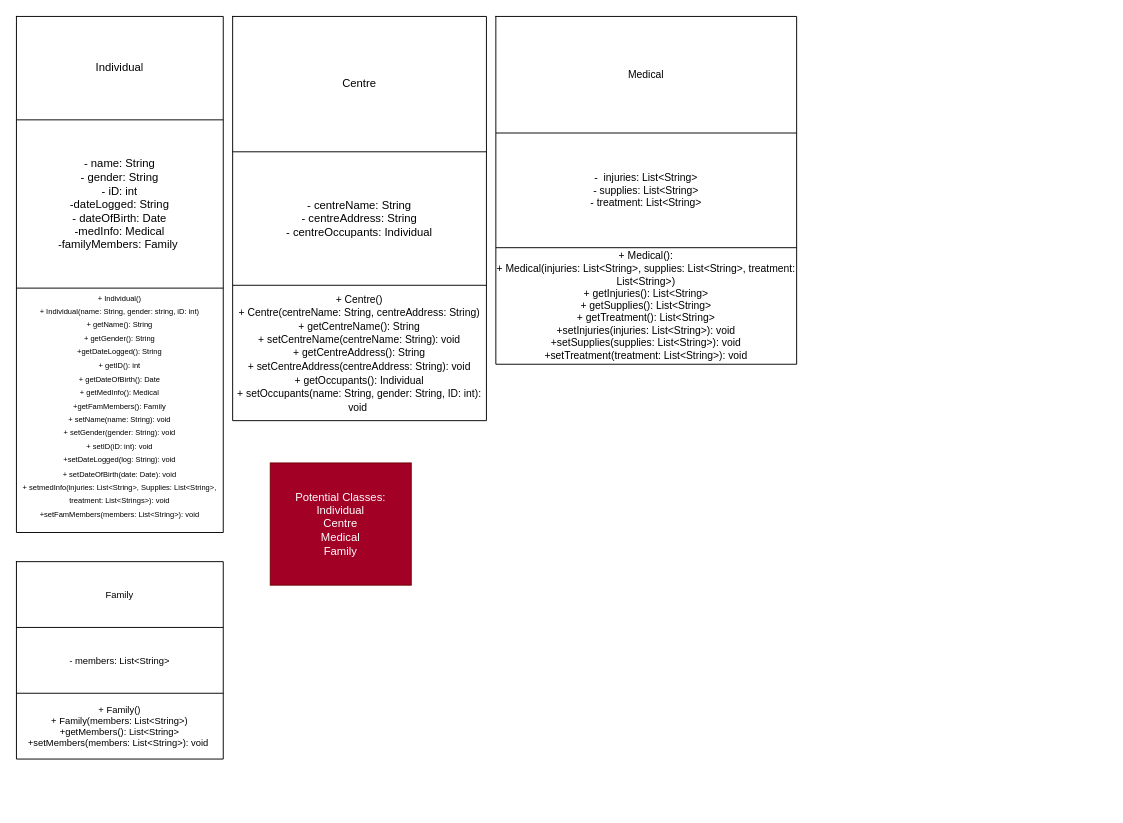
This is UML.drawio from JKhan420/ENSF380_GP1, a draw.io file, before an edit. Source tidied: cells renumbered, new cells numbered last; positions are measured from the earlier drawing's top-left corner, leaving out a move shared by most shapes. Both pictures are drawn from the tidied source at 94%, with x=0, y=0 at pixel (16, 16).
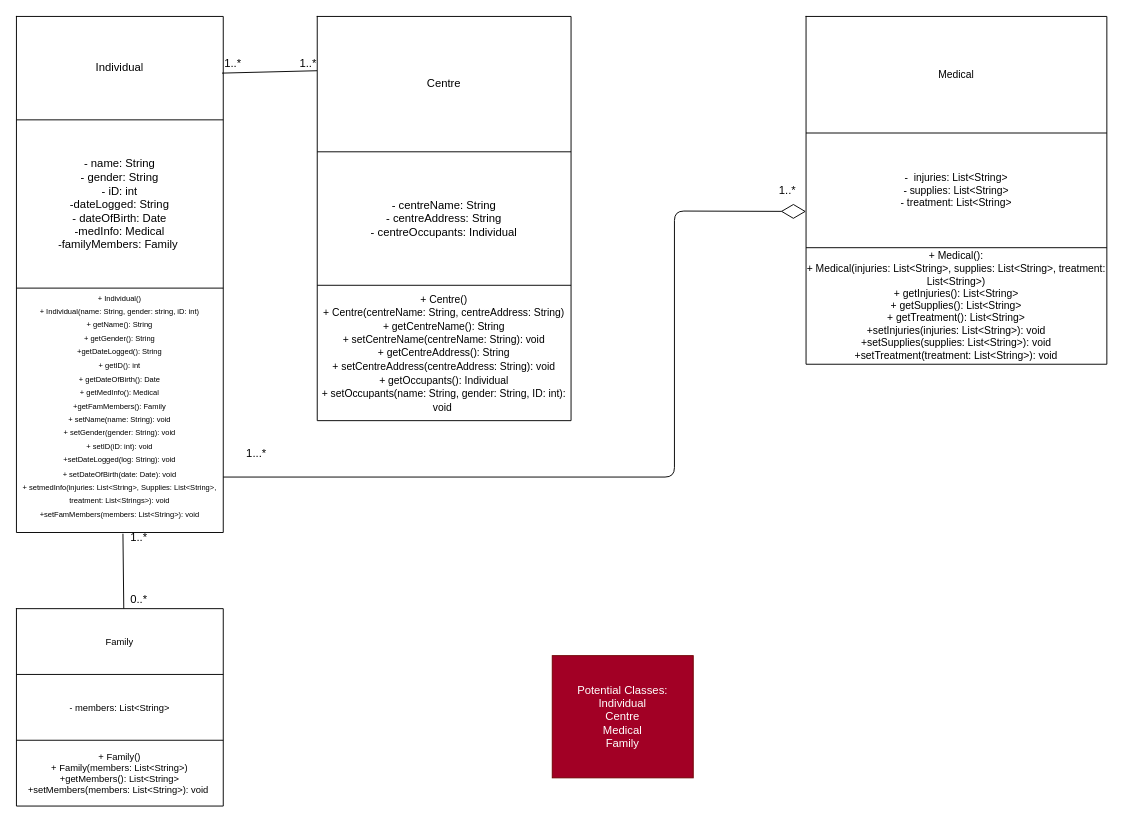
The same diagram, later.

Commit message:
added some relationships between classes

Unchanged cells that the change refers to:
```xml
<mxCell id="3" style="shape=tableRow;horizontal=0;startSize=0;swimlaneHead=0;swimlaneBody=0;top=0;left=0;bottom=0;right=0;fillColor=none;points=[[0,0.5],[1,0.5]];portConstraint=eastwest;" parent="2" vertex="1">
  <mxGeometry width="220" height="110" as="geometry" />
</mxCell>
<mxCell id="7" style="shape=tableRow;horizontal=0;startSize=0;swimlaneHead=0;swimlaneBody=0;top=0;left=0;bottom=0;right=0;fillColor=none;points=[[0,0.5],[1,0.5]];portConstraint=eastwest;" parent="2" vertex="1">
  <mxGeometry y="289" width="220" height="260" as="geometry" />
</mxCell>
<mxCell id="11" style="shape=tableRow;horizontal=0;startSize=0;swimlaneHead=0;swimlaneBody=0;top=0;left=0;bottom=0;right=0;fillColor=none;points=[[0,0.5],[1,0.5]];portConstraint=eastwest;" parent="10" vertex="1">
  <mxGeometry width="270" height="144" as="geometry" />
</mxCell>
<mxCell id="20" style="shape=tableRow;horizontal=0;startSize=0;swimlaneHead=0;swimlaneBody=0;top=0;left=0;bottom=0;right=0;fillColor=none;points=[[0,0.5],[1,0.5]];portConstraint=eastwest;fontSize=11;" parent="17" vertex="1">
  <mxGeometry y="124" width="320" height="122" as="geometry" />
</mxCell>
<mxCell id="25" style="shape=tableRow;horizontal=0;startSize=0;swimlaneHead=0;swimlaneBody=0;top=0;left=0;bottom=0;right=0;fillColor=none;points=[[0,0.5],[1,0.5]];portConstraint=eastwest;fontSize=10;" parent="24" vertex="1">
  <mxGeometry width="220" height="70" as="geometry" />
</mxCell>
```

Change to the diagram source:
```diff
@@
     <mxCell id="9" value="Potential Classes:&lt;br&gt;Individual&lt;br&gt;Centre&lt;br&gt;Medical&lt;br&gt;Family" style="text;html=1;strokeColor=#6F0000;fillColor=#a20025;align=center;verticalAlign=middle;whiteSpace=wrap;rounded=0;fontColor=#ffffff;" parent="1" vertex="1">
-      <mxGeometry x="270" y="475" width="150" height="130" as="geometry" />
+      <mxGeometry x="570" y="680" width="150" height="130" as="geometry" />
     </mxCell>
     <mxCell id="10" style="shape=table;startSize=0;childLayout=tableLayout;" parent="1" vertex="1">
-      <mxGeometry x="230" width="270" height="430" as="geometry" />
+      <mxGeometry x="320" width="270" height="430" as="geometry" />
     </mxCell>
@@
     <mxCell id="17" style="shape=table;startSize=0;childLayout=tableLayout;fontSize=11;" parent="1" vertex="1">
-      <mxGeometry x="510" width="320" height="370" as="geometry" />
+      <mxGeometry x="840" width="320" height="370" as="geometry" />
     </mxCell>
@@
     <mxCell id="24" style="shape=table;startSize=0;childLayout=tableLayout;fontSize=10;" parent="1" vertex="1">
-      <mxGeometry y="580" width="220" height="210" as="geometry" />
+      <mxGeometry y="630" width="220" height="210" as="geometry" />
     </mxCell>
@@
+    <mxCell id="31" style="endArrow=none;html=1;exitX=0.994;exitY=0.548;exitDx=0;exitDy=0;entryX=-0.001;entryY=0.401;entryDx=0;entryDy=0;entryPerimeter=0;exitPerimeter=0;" parent="1" edge="1" source="3" target="11">
+      <mxGeometry relative="1" as="geometry" />
+    </mxCell>
+    <mxCell id="32" value="1..*" style="text;html=1;align=center;verticalAlign=middle;strokeColor=none;fillColor=none;" parent="1" vertex="1">
+      <mxGeometry x="210" y="35" width="40" height="30" as="geometry" />
+    </mxCell>
+    <mxCell id="33" value="1..*" style="text;html=1;align=center;verticalAlign=middle;strokeColor=none;fillColor=none;" parent="1" vertex="1">
+      <mxGeometry x="290" y="35" width="40" height="30" as="geometry" />
+    </mxCell>
+    <mxCell id="34" style="endArrow=none;html=1;exitX=0.519;exitY=-0.002;exitDx=0;exitDy=0;exitPerimeter=0;entryX=0.515;entryY=1.005;entryDx=0;entryDy=0;entryPerimeter=0;" parent="1" edge="1" source="25" target="7">
+      <mxGeometry relative="1" as="geometry" />
+    </mxCell>
+    <mxCell id="35" value="1..*" style="text;html=1;align=center;verticalAlign=middle;strokeColor=none;fillColor=none;" parent="1" vertex="1">
+      <mxGeometry x="110" y="540" width="40" height="30" as="geometry" />
+    </mxCell>
+    <mxCell id="36" value="0..*" style="text;html=1;align=center;verticalAlign=middle;strokeColor=none;fillColor=none;" parent="1" vertex="1">
+      <mxGeometry x="110" y="605" width="40" height="30" as="geometry" />
+    </mxCell>
+    <mxCell id="37" style="endArrow=diamondThin;endFill=0;endSize=24;html=1;entryX=0;entryY=0.684;entryDx=0;entryDy=0;entryPerimeter=0;" parent="1" edge="1" target="20">
+      <mxGeometry relative="1" as="geometry">
+        <mxPoint x="220" y="490" as="sourcePoint" />
+        <Array as="points">
+          <mxPoint x="700" y="490" />
+          <mxPoint x="700" y="207" />
+        </Array>
+      </mxGeometry>
+    </mxCell>
+    <mxCell id="38" value="1...*" style="text;html=1;align=center;verticalAlign=middle;strokeColor=none;fillColor=none;" parent="1" vertex="1">
+      <mxGeometry x="235" y="450" width="40" height="30" as="geometry" />
+    </mxCell>
+    <mxCell id="39" value="1..*" style="text;html=1;align=center;verticalAlign=middle;strokeColor=none;fillColor=none;" parent="1" vertex="1">
+      <mxGeometry x="800" y="170" width="40" height="30" as="geometry" />
+    </mxCell>
```
